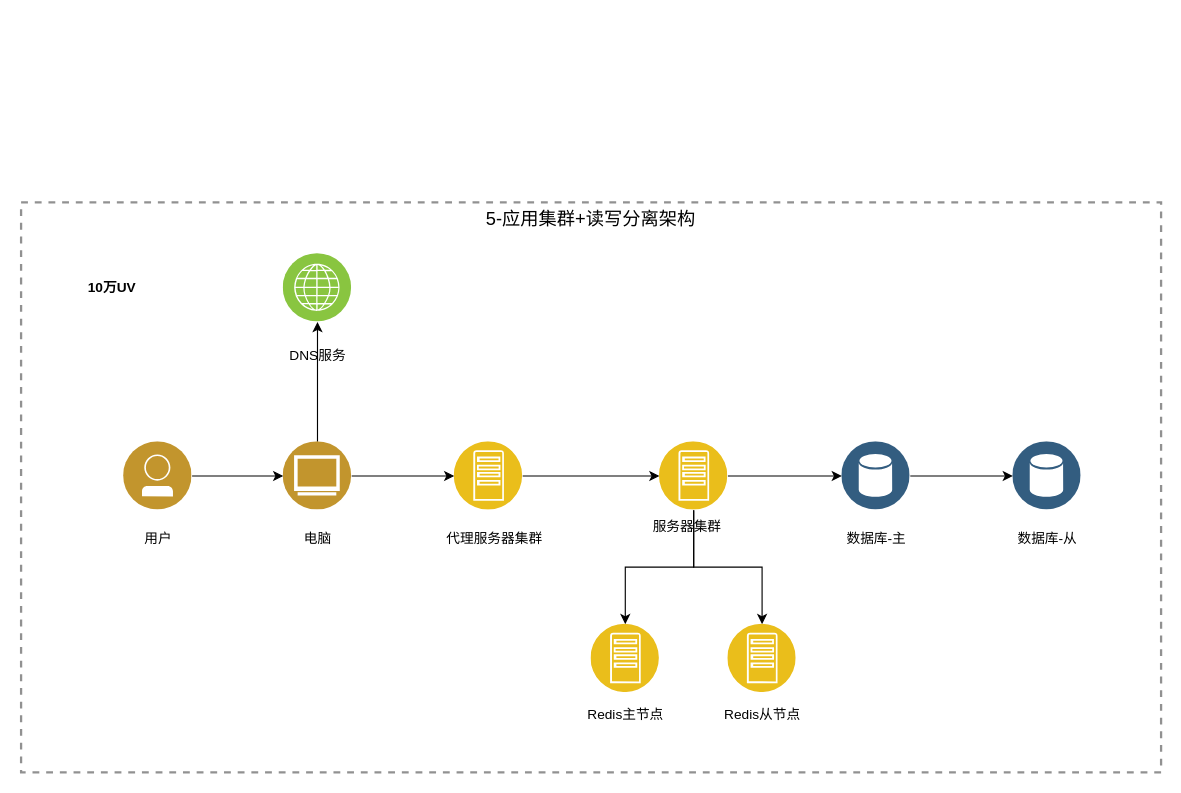
This is 应用集群+读写分离架构.drawio from ChengziMao/helloword, a draw.io file, before an edit. Source tidied: cells renumbered, new cells numbered last; positions are measured from the earlier drawing's top-left corner, leaving out a move shared by most shapes. Both pictures are drawn from the tidied source at 114%, with x=0, y=0 at pixel (21, 202).
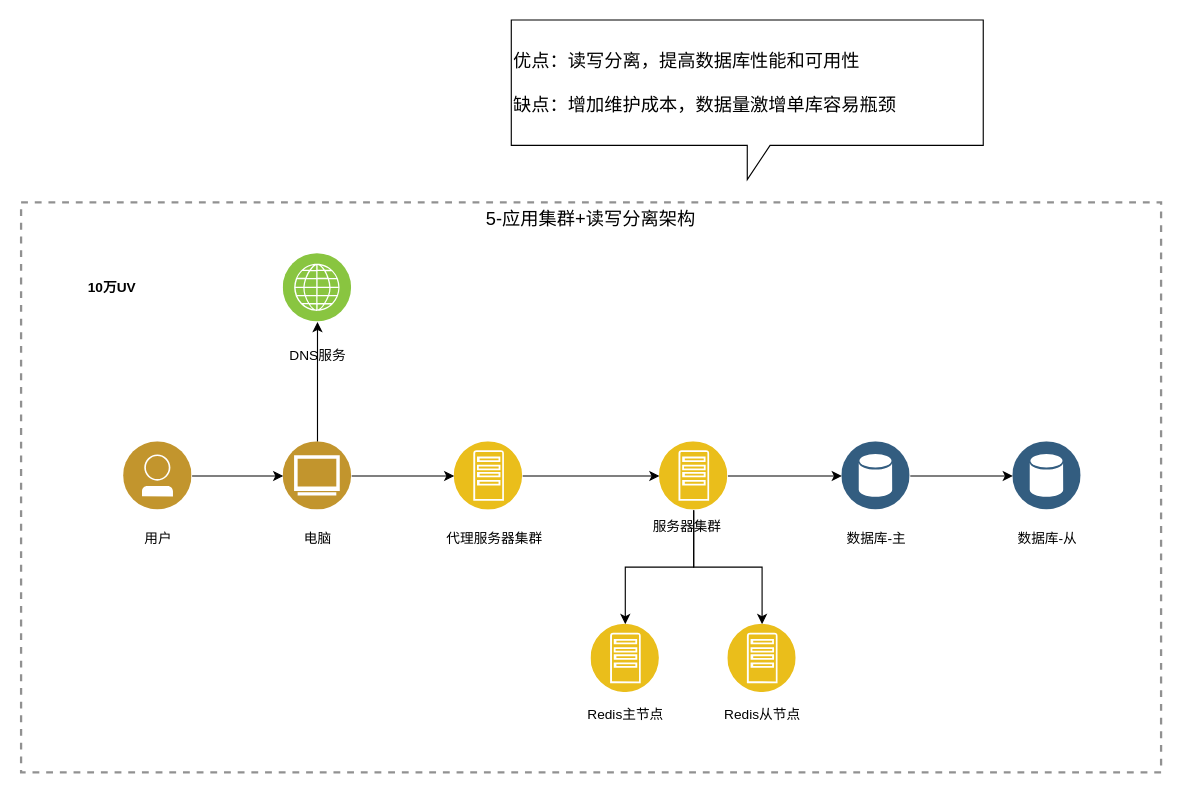
The same page after the edit.

Commit message (it also covers changes not shown here):
更新应用集群+读写分离架构.drawio

Change to the diagram source:
```diff
@@
+    <mxCell id="30" value="优点：读写分离，提高数据库性能和可用性&lt;div&gt;&lt;br&gt;&lt;/div&gt;&lt;div&gt;缺点：增加维护成本，数据量激增单库容易瓶颈&lt;/div&gt;" style="shape=callout;whiteSpace=wrap;html=1;perimeter=calloutPerimeter;align=left;fontSize=16;" parent="1" vertex="1">
+      <mxGeometry x="430" y="-160" width="414" height="140" as="geometry" />
+    </mxCell>
```
